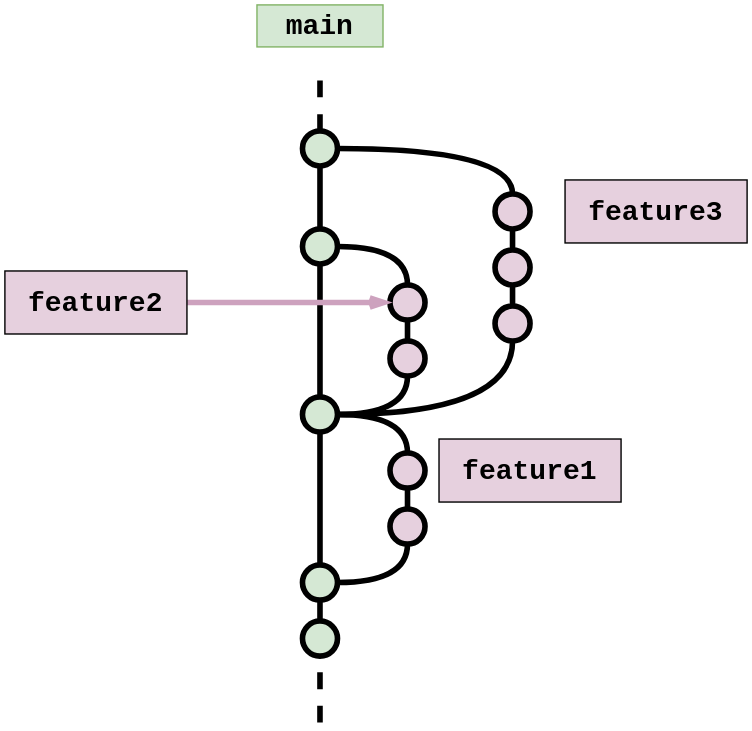
Earlier version of the draw.io export images/feature-branching.svg (UniExeterRSE/intro-version-control). Source tidied: cells renumbered, new cells last; positions are measured from the earlier drawing's top-left corner, leaving out a move shared by most shapes. The source it was exported from:
```xml
<mxGraphModel>
  <root>
    <mxCell id="0" />
    <mxCell id="1" parent="0" />
    <mxCell id="2" style="edgeStyle=orthogonalEdgeStyle;rounded=0;jettySize=auto;html=1;curved=1;endArrow=none;endFill=0;strokeWidth=4;" parent="1" edge="1" source="3" target="6">
      <mxGeometry relative="1" as="geometry" />
    </mxCell>
    <mxCell id="3" style="ellipse;whiteSpace=wrap;html=1;strokeWidth=4;fillColor=#d5e8d4;strokeColor=#000000;fillStyle=auto;" parent="1" vertex="1">
      <mxGeometry x="212.5" y="440" width="25" height="25" as="geometry" />
    </mxCell>
    <mxCell id="4" style="edgeStyle=orthogonalEdgeStyle;jettySize=auto;html=1;exitX=1;exitY=0.5;exitDx=0;exitDy=0;entryX=0.5;entryY=1;entryDx=0;entryDy=0;curved=1;strokeWidth=4;startArrow=none;startFill=0;endArrow=none;endFill=0;" parent="1" edge="1" source="6" target="11">
      <mxGeometry relative="1" as="geometry" />
    </mxCell>
    <mxCell id="5" style="edgeStyle=orthogonalEdgeStyle;curved=1;jettySize=auto;html=1;exitX=0.5;exitY=0;exitDx=0;exitDy=0;entryX=0.5;entryY=1;entryDx=0;entryDy=0;strokeWidth=4;startArrow=none;startFill=0;endArrow=none;endFill=0;" parent="1" edge="1" source="6" target="17">
      <mxGeometry relative="1" as="geometry" />
    </mxCell>
    <mxCell id="6" style="ellipse;whiteSpace=wrap;html=1;strokeWidth=4;fillColor=#d5e8d4;strokeColor=#000000;fillStyle=auto;" parent="1" vertex="1">
      <mxGeometry x="212.5" y="400" width="25" height="25" as="geometry" />
    </mxCell>
    <mxCell id="7" value="main" style="text;html=1;strokeColor=#82b366;fillColor=#d5e8d4;align=center;verticalAlign=middle;whiteSpace=wrap;rounded=0;fontSize=20;fontFamily=Courier New;fontStyle=1;" parent="1" vertex="1">
      <mxGeometry x="180" width="90" height="30" as="geometry" />
    </mxCell>
    <mxCell id="8" style="endArrow=none;dashed=1;html=1;rounded=0;strokeWidth=4;fontFamily=Courier New;fontSize=20;curved=1;entryX=0.5;entryY=1;entryDx=0;entryDy=0;" parent="1" edge="1" target="3">
      <mxGeometry relative="1" as="geometry">
        <mxPoint x="225" y="512.5" as="sourcePoint" />
      </mxGeometry>
    </mxCell>
    <mxCell id="9" value="feature1" style="text;html=1;strokeColor=#000000;fillColor=#E6D0DE;align=center;verticalAlign=middle;whiteSpace=wrap;rounded=0;fontSize=20;fontFamily=Courier New;fontStyle=1;" parent="1" vertex="1">
      <mxGeometry x="310" y="310" width="130" height="45" as="geometry" />
    </mxCell>
    <mxCell id="10" style="edgeStyle=orthogonalEdgeStyle;curved=1;jettySize=auto;html=1;exitX=0.5;exitY=0;exitDx=0;exitDy=0;entryX=0.5;entryY=1;entryDx=0;entryDy=0;strokeWidth=4;startArrow=none;startFill=0;endArrow=none;endFill=0;" parent="1" edge="1" source="11" target="13">
      <mxGeometry relative="1" as="geometry" />
    </mxCell>
    <mxCell id="11" style="ellipse;whiteSpace=wrap;html=1;strokeWidth=4;fillColor=#E6D0DE;strokeColor=#000000;fillStyle=auto;" parent="1" vertex="1">
      <mxGeometry x="275" y="360" width="25" height="25" as="geometry" />
    </mxCell>
    <mxCell id="12" style="edgeStyle=orthogonalEdgeStyle;curved=1;jettySize=auto;html=1;exitX=0.5;exitY=0;exitDx=0;exitDy=0;entryX=1;entryY=0.5;entryDx=0;entryDy=0;strokeWidth=4;startArrow=none;startFill=0;endArrow=none;endFill=0;" parent="1" edge="1" source="13" target="17">
      <mxGeometry relative="1" as="geometry" />
    </mxCell>
    <mxCell id="13" style="ellipse;whiteSpace=wrap;html=1;strokeWidth=4;fillColor=#E6D0DE;strokeColor=#000000;fillStyle=auto;" parent="1" vertex="1">
      <mxGeometry x="275" y="320" width="25" height="25" as="geometry" />
    </mxCell>
    <mxCell id="14" style="edgeStyle=orthogonalEdgeStyle;curved=1;jettySize=auto;html=1;exitX=1;exitY=0.5;exitDx=0;exitDy=0;entryX=0.5;entryY=1;entryDx=0;entryDy=0;strokeWidth=4;startArrow=none;startFill=0;endArrow=none;endFill=0;" parent="1" edge="1" source="17" target="19">
      <mxGeometry relative="1" as="geometry" />
    </mxCell>
    <mxCell id="15" style="edgeStyle=orthogonalEdgeStyle;curved=1;jettySize=auto;html=1;exitX=1;exitY=0.5;exitDx=0;exitDy=0;strokeWidth=4;startArrow=none;startFill=0;endArrow=none;endFill=0;" parent="1" edge="1" source="17" target="21">
      <mxGeometry relative="1" as="geometry" />
    </mxCell>
    <mxCell id="16" style="edgeStyle=orthogonalEdgeStyle;curved=1;jettySize=auto;html=1;exitX=0.5;exitY=0;exitDx=0;exitDy=0;entryX=0.5;entryY=1;entryDx=0;entryDy=0;strokeWidth=4;startArrow=none;startFill=0;endArrow=none;endFill=0;" parent="1" edge="1" source="17" target="25">
      <mxGeometry relative="1" as="geometry" />
    </mxCell>
    <mxCell id="17" style="ellipse;whiteSpace=wrap;html=1;strokeWidth=4;fillColor=#d5e8d4;strokeColor=#000000;fillStyle=auto;" parent="1" vertex="1">
      <mxGeometry x="212.5" y="280" width="25" height="25" as="geometry" />
    </mxCell>
    <mxCell id="18" style="edgeStyle=orthogonalEdgeStyle;curved=1;jettySize=auto;html=1;exitX=0.5;exitY=0;exitDx=0;exitDy=0;entryX=0.5;entryY=1;entryDx=0;entryDy=0;strokeWidth=4;startArrow=none;startFill=0;endArrow=none;endFill=0;" parent="1" edge="1" source="19" target="23">
      <mxGeometry relative="1" as="geometry" />
    </mxCell>
    <mxCell id="19" style="ellipse;whiteSpace=wrap;html=1;strokeWidth=4;fillColor=#E6D0DE;strokeColor=#000000;fillStyle=auto;" parent="1" vertex="1">
      <mxGeometry x="275" y="240" width="25" height="25" as="geometry" />
    </mxCell>
    <mxCell id="20" style="edgeStyle=orthogonalEdgeStyle;curved=1;jettySize=auto;html=1;exitX=0.5;exitY=0;exitDx=0;exitDy=0;entryX=0.5;entryY=1;entryDx=0;entryDy=0;strokeWidth=4;startArrow=none;startFill=0;endArrow=none;endFill=0;" parent="1" edge="1" source="21" target="27">
      <mxGeometry relative="1" as="geometry" />
    </mxCell>
    <mxCell id="21" style="ellipse;whiteSpace=wrap;html=1;strokeWidth=4;fillColor=#E6D0DE;strokeColor=#000000;fillStyle=auto;" parent="1" vertex="1">
      <mxGeometry x="350" y="215" width="25" height="25" as="geometry" />
    </mxCell>
    <mxCell id="22" style="edgeStyle=orthogonalEdgeStyle;curved=1;jettySize=auto;html=1;exitX=0.5;exitY=0;exitDx=0;exitDy=0;entryX=1;entryY=0.5;entryDx=0;entryDy=0;strokeWidth=4;startArrow=none;startFill=0;endArrow=none;endFill=0;" parent="1" edge="1" source="23" target="25">
      <mxGeometry relative="1" as="geometry" />
    </mxCell>
    <mxCell id="23" style="ellipse;whiteSpace=wrap;html=1;strokeWidth=4;fillColor=#E6D0DE;strokeColor=#000000;fillStyle=auto;" parent="1" vertex="1">
      <mxGeometry x="275" y="200" width="25" height="25" as="geometry" />
    </mxCell>
    <mxCell id="24" style="edgeStyle=orthogonalEdgeStyle;curved=1;jettySize=auto;html=1;exitX=0.5;exitY=0;exitDx=0;exitDy=0;entryX=0.5;entryY=1;entryDx=0;entryDy=0;strokeWidth=4;startArrow=none;startFill=0;endArrow=none;endFill=0;" parent="1" edge="1" source="25" target="31">
      <mxGeometry relative="1" as="geometry" />
    </mxCell>
    <mxCell id="25" style="ellipse;whiteSpace=wrap;html=1;strokeWidth=4;fillColor=#d5e8d4;strokeColor=#000000;fillStyle=auto;" parent="1" vertex="1">
      <mxGeometry x="212.5" y="160" width="25" height="25" as="geometry" />
    </mxCell>
    <mxCell id="26" style="edgeStyle=orthogonalEdgeStyle;curved=1;jettySize=auto;html=1;exitX=0.5;exitY=0;exitDx=0;exitDy=0;entryX=0.5;entryY=1;entryDx=0;entryDy=0;strokeWidth=4;startArrow=none;startFill=0;endArrow=none;endFill=0;" parent="1" edge="1" source="27" target="29">
      <mxGeometry relative="1" as="geometry" />
    </mxCell>
    <mxCell id="27" style="ellipse;whiteSpace=wrap;html=1;strokeWidth=4;fillColor=#E6D0DE;strokeColor=#000000;fillStyle=auto;" parent="1" vertex="1">
      <mxGeometry x="350" y="175" width="25" height="25" as="geometry" />
    </mxCell>
    <mxCell id="28" style="edgeStyle=orthogonalEdgeStyle;curved=1;jettySize=auto;html=1;exitX=0.5;exitY=0;exitDx=0;exitDy=0;entryX=1;entryY=0.5;entryDx=0;entryDy=0;strokeWidth=4;startArrow=none;startFill=0;endArrow=none;endFill=0;" parent="1" edge="1" source="29" target="31">
      <mxGeometry relative="1" as="geometry" />
    </mxCell>
    <mxCell id="29" style="ellipse;whiteSpace=wrap;html=1;strokeWidth=4;fillColor=#E6D0DE;strokeColor=#000000;fillStyle=auto;" parent="1" vertex="1">
      <mxGeometry x="350" y="135" width="25" height="25" as="geometry" />
    </mxCell>
    <mxCell id="30" style="edgeStyle=orthogonalEdgeStyle;rounded=0;jettySize=auto;html=1;exitX=0.5;exitY=0;exitDx=0;exitDy=0;strokeColor=#000000;strokeWidth=4;startArrow=none;startFill=0;endArrow=none;endFill=0;dashed=1;" parent="1" edge="1" source="31">
      <mxGeometry relative="1" as="geometry">
        <mxPoint x="225" y="50" as="targetPoint" />
      </mxGeometry>
    </mxCell>
    <mxCell id="31" style="ellipse;whiteSpace=wrap;html=1;strokeWidth=4;fillColor=#d5e8d4;strokeColor=#000000;fillStyle=auto;" parent="1" vertex="1">
      <mxGeometry x="212.5" y="90" width="25" height="25" as="geometry" />
    </mxCell>
    <mxCell id="32" value="feature3" style="text;html=1;strokeColor=#000000;fillColor=#E6D0DE;align=center;verticalAlign=middle;whiteSpace=wrap;rounded=0;fontSize=20;fontFamily=Courier New;fontStyle=1;" parent="1" vertex="1">
      <mxGeometry x="400" y="125" width="130" height="45" as="geometry" />
    </mxCell>
    <mxCell id="33" style="edgeStyle=orthogonalEdgeStyle;rounded=1;jettySize=auto;html=1;exitX=1;exitY=0.5;exitDx=0;exitDy=0;entryX=0;entryY=0.5;entryDx=0;entryDy=0;strokeColor=#CDA2BE;strokeWidth=4;startArrow=none;startFill=0;endArrow=openThin;endFill=0;" parent="1" edge="1" source="34" target="23">
      <mxGeometry relative="1" as="geometry" />
    </mxCell>
    <mxCell id="34" value="feature2" style="text;html=1;strokeColor=#000000;fillColor=#E6D0DE;align=center;verticalAlign=middle;whiteSpace=wrap;rounded=0;fontSize=20;fontFamily=Courier New;fontStyle=1;" parent="1" vertex="1">
      <mxGeometry y="190" width="130" height="45" as="geometry" />
    </mxCell>
  </root>
</mxGraphModel>
```
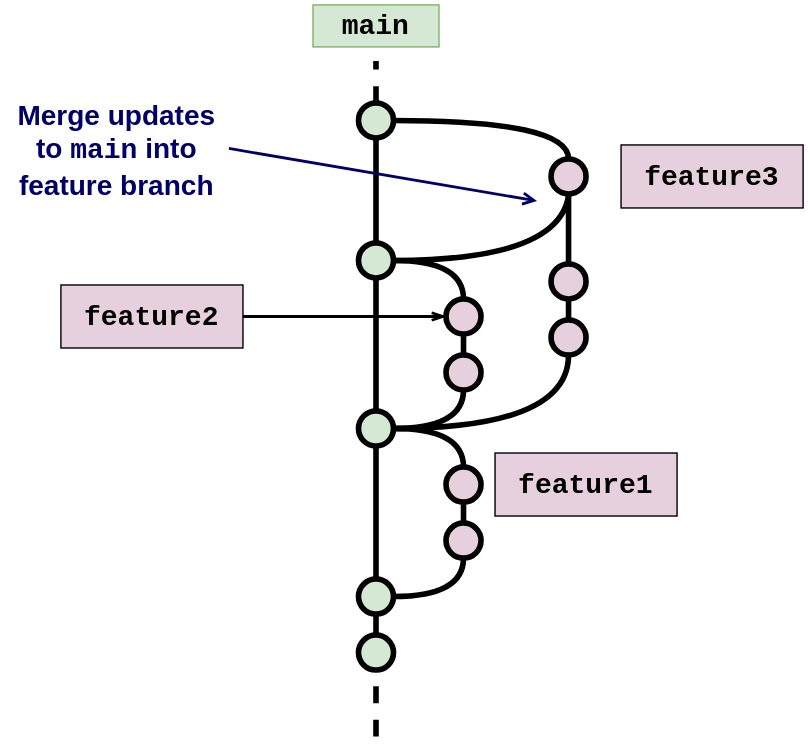
The same diagram one commit later.

Commit message:
Improve feature branching diagram

Diff of the diagram source:
```diff
@@ -18,7 +18,7 @@
       <mxGeometry x="212.5" y="400" width="25" height="25" as="geometry" />
     </mxCell>
     <mxCell id="7" value="main" style="text;html=1;strokeColor=#82b366;fillColor=#d5e8d4;align=center;verticalAlign=middle;whiteSpace=wrap;rounded=0;fontSize=20;fontFamily=Courier New;fontStyle=1;" parent="1" vertex="1">
-      <mxGeometry x="180" width="90" height="30" as="geometry" />
+      <mxGeometry x="180" y="-10" width="90" height="30" as="geometry" />
     </mxCell>
     <mxCell id="8" style="endArrow=none;dashed=1;html=1;rounded=0;strokeWidth=4;fontFamily=Courier New;fontSize=20;curved=1;entryX=0.5;entryY=1;entryDx=0;entryDy=0;" parent="1" edge="1" target="3">
       <mxGeometry relative="1" as="geometry">
@@ -73,6 +73,11 @@
     <mxCell id="24" style="edgeStyle=orthogonalEdgeStyle;curved=1;jettySize=auto;html=1;exitX=0.5;exitY=0;exitDx=0;exitDy=0;entryX=0.5;entryY=1;entryDx=0;entryDy=0;strokeWidth=4;startArrow=none;startFill=0;endArrow=none;endFill=0;" parent="1" edge="1" source="25" target="31">
       <mxGeometry relative="1" as="geometry" />
     </mxCell>
+    <mxCell id="35" style="edgeStyle=orthogonalEdgeStyle;jettySize=auto;html=1;exitX=1;exitY=0.5;exitDx=0;exitDy=0;strokeColor=#000000;strokeWidth=4;startArrow=none;startFill=0;endArrow=none;endFill=0;curved=1;" parent="1" edge="1" source="25">
+      <mxGeometry relative="1" as="geometry">
+        <mxPoint x="363" y="120" as="targetPoint" />
+      </mxGeometry>
+    </mxCell>
     <mxCell id="25" style="ellipse;whiteSpace=wrap;html=1;strokeWidth=4;fillColor=#d5e8d4;strokeColor=#000000;fillStyle=auto;" parent="1" vertex="1">
       <mxGeometry x="212.5" y="160" width="25" height="25" as="geometry" />
     </mxCell>
@@ -86,24 +91,32 @@
       <mxGeometry relative="1" as="geometry" />
     </mxCell>
     <mxCell id="29" style="ellipse;whiteSpace=wrap;html=1;strokeWidth=4;fillColor=#E6D0DE;strokeColor=#000000;fillStyle=auto;" parent="1" vertex="1">
-      <mxGeometry x="350" y="135" width="25" height="25" as="geometry" />
+      <mxGeometry x="350" y="100" width="25" height="25" as="geometry" />
     </mxCell>
-    <mxCell id="30" style="edgeStyle=orthogonalEdgeStyle;rounded=0;jettySize=auto;html=1;exitX=0.5;exitY=0;exitDx=0;exitDy=0;strokeColor=#000000;strokeWidth=4;startArrow=none;startFill=0;endArrow=none;endFill=0;dashed=1;" parent="1" edge="1" source="31">
-      <mxGeometry relative="1" as="geometry">
-        <mxPoint x="225" y="50" as="targetPoint" />
-      </mxGeometry>
-    </mxCell>
+    <mxCell id="36" style="edgeStyle=orthogonalEdgeStyle;curved=1;jettySize=auto;html=1;exitX=0.5;exitY=0;exitDx=0;exitDy=0;strokeColor=#000000;strokeWidth=4;startArrow=none;startFill=0;endArrow=none;endFill=0;dashed=1;" parent="1" edge="1" source="31">
+      <mxGeometry relative="1" as="geometry">
+        <mxPoint x="225" y="30" as="targetPoint" />
+      </mxGeometry>
+    </mxCell>
     <mxCell id="31" style="ellipse;whiteSpace=wrap;html=1;strokeWidth=4;fillColor=#d5e8d4;strokeColor=#000000;fillStyle=auto;" parent="1" vertex="1">
-      <mxGeometry x="212.5" y="90" width="25" height="25" as="geometry" />
+      <mxGeometry x="212.5" y="60" width="25" height="25" as="geometry" />
     </mxCell>
     <mxCell id="32" value="feature3" style="text;html=1;strokeColor=#000000;fillColor=#E6D0DE;align=center;verticalAlign=middle;whiteSpace=wrap;rounded=0;fontSize=20;fontFamily=Courier New;fontStyle=1;" parent="1" vertex="1">
-      <mxGeometry x="400" y="125" width="130" height="45" as="geometry" />
+      <mxGeometry x="400" y="90" width="130" height="45" as="geometry" />
     </mxCell>
-    <mxCell id="33" style="edgeStyle=orthogonalEdgeStyle;rounded=1;jettySize=auto;html=1;exitX=1;exitY=0.5;exitDx=0;exitDy=0;entryX=0;entryY=0.5;entryDx=0;entryDy=0;strokeColor=#CDA2BE;strokeWidth=4;startArrow=none;startFill=0;endArrow=openThin;endFill=0;" parent="1" edge="1" source="34" target="23">
+    <mxCell id="33" style="edgeStyle=orthogonalEdgeStyle;rounded=1;jettySize=auto;html=1;exitX=1;exitY=0.5;exitDx=0;exitDy=0;entryX=0;entryY=0.5;entryDx=0;entryDy=0;strokeColor=#000000;strokeWidth=2;startArrow=none;startFill=0;endArrow=openThin;endFill=0;" parent="1" edge="1" source="34" target="23">
       <mxGeometry relative="1" as="geometry" />
     </mxCell>
     <mxCell id="34" value="feature2" style="text;html=1;strokeColor=#000000;fillColor=#E6D0DE;align=center;verticalAlign=middle;whiteSpace=wrap;rounded=0;fontSize=20;fontFamily=Courier New;fontStyle=1;" parent="1" vertex="1">
       <mxGeometry y="190" width="130" height="45" as="geometry" />
     </mxCell>
+    <mxCell id="37" style="rounded=0;jumpStyle=none;jettySize=auto;html=1;exitX=1;exitY=0.5;exitDx=0;exitDy=0;strokeColor=#000066;strokeWidth=2;fontSize=20;startArrow=none;startFill=0;endArrow=open;endFill=0;fontColor=#000066;labelBackgroundColor=#000066;" parent="1" edge="1" source="38">
+      <mxGeometry relative="1" as="geometry">
+        <mxPoint x="340" y="130" as="targetPoint" />
+      </mxGeometry>
+    </mxCell>
+    <mxCell id="38" value="Merge updates to &lt;font face=&quot;Courier New&quot;&gt;main&lt;/font&gt; into feature branch" style="text;html=1;strokeColor=none;fillColor=none;align=center;verticalAlign=middle;whiteSpace=wrap;rounded=0;fontSize=20;fontStyle=1;fontColor=#000066;" parent="1" vertex="1">
+      <mxGeometry x="-40" y="60" width="160" height="65" as="geometry" />
+    </mxCell>
   </root>
 </mxGraphModel>
```
